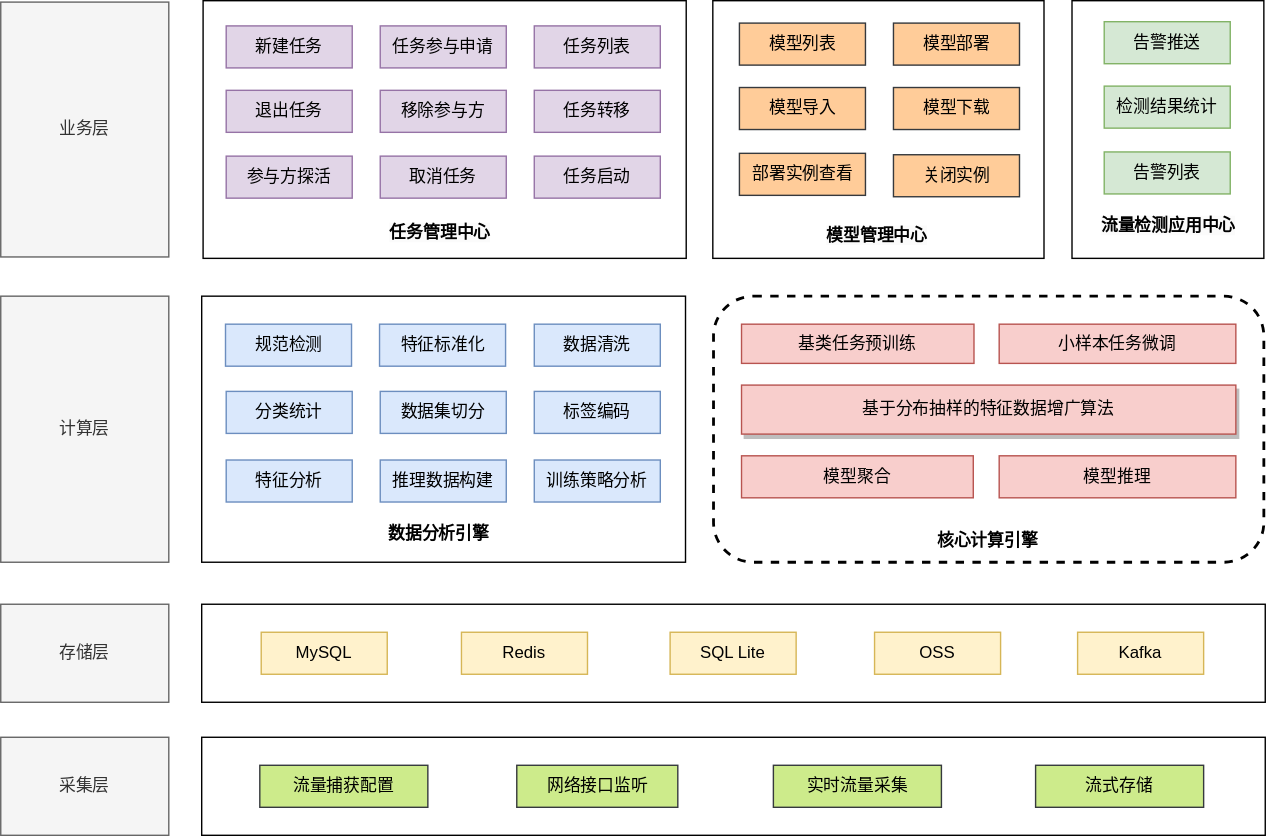
hiro942/drawio keeps this draw.io diagram as 系统架构.svg. Above is the earlier version. Source tidied: cells renumbered, new cells last; positions are measured from the earlier drawing's top-left corner, leaving out a move shared by most shapes.
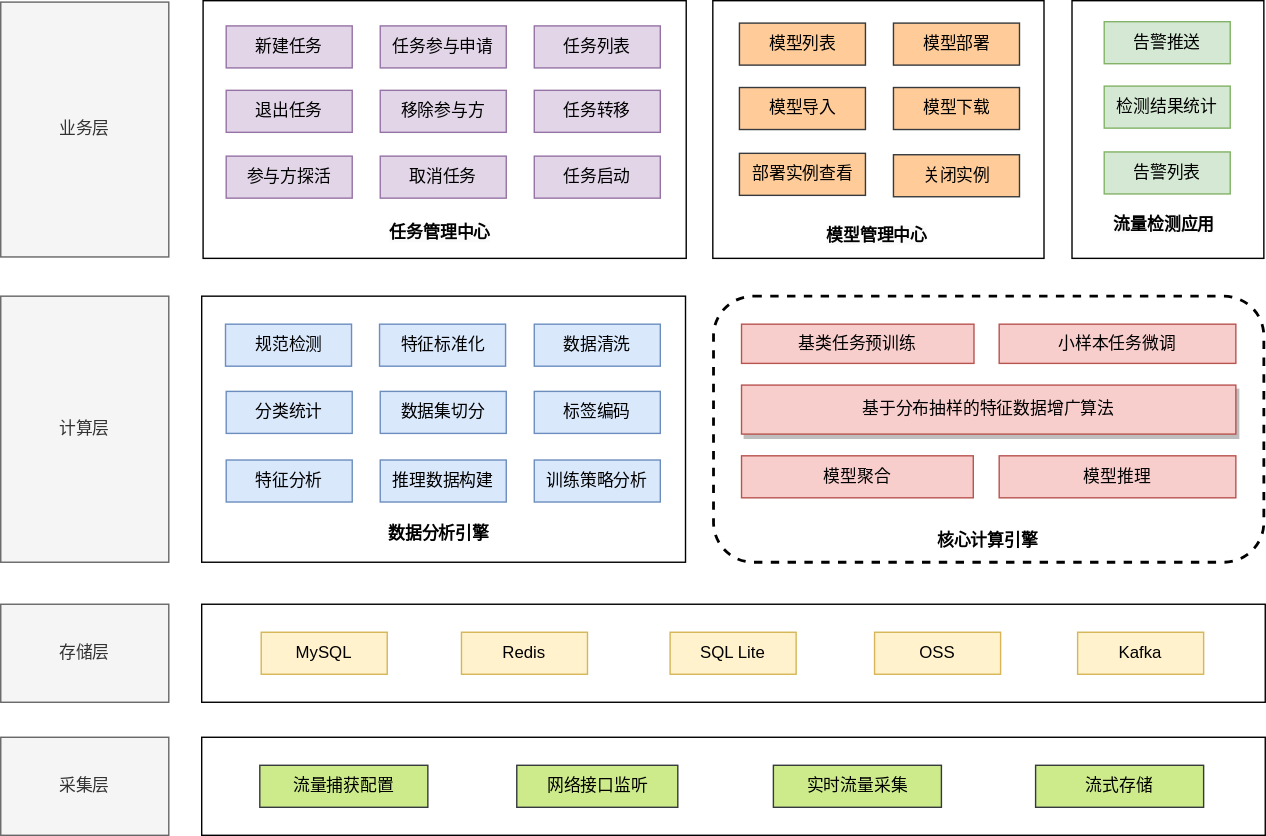
After the commit.

Commit message:
更新系统架构.svg

What changed in the source:
```diff
@@ -116,8 +116,8 @@
     <mxCell id="39" value="&lt;span style=&quot;color: rgb(0, 0, 0); font-family: Helvetica; font-size: 12px; font-style: normal; font-variant-ligatures: normal; font-variant-caps: normal; letter-spacing: normal; orphans: 2; text-align: center; text-indent: 0px; text-transform: none; widows: 2; word-spacing: 0px; -webkit-text-stroke-width: 0px; background-color: rgb(251, 251, 251); text-decoration-thickness: initial; text-decoration-style: initial; text-decoration-color: initial; float: none; display: inline !important;&quot;&gt;&lt;b&gt;模型管理中心&lt;/b&gt;&lt;/span&gt;" style="text;whiteSpace=wrap;html=1;" parent="1" vertex="1">
       <mxGeometry x="587.5" y="154" width="80" height="30" as="geometry" />
     </mxCell>
-    <mxCell id="40" value="&lt;span style=&quot;color: rgb(0, 0, 0); font-family: Helvetica; font-size: 12px; font-style: normal; font-variant-ligatures: normal; font-variant-caps: normal; letter-spacing: normal; orphans: 2; text-align: center; text-indent: 0px; text-transform: none; widows: 2; word-spacing: 0px; -webkit-text-stroke-width: 0px; background-color: rgb(251, 251, 251); text-decoration-thickness: initial; text-decoration-style: initial; text-decoration-color: initial; float: none; display: inline !important;&quot;&gt;&lt;b&gt;流量检测应用中心&lt;/b&gt;&lt;/span&gt;" style="text;whiteSpace=wrap;html=1;" parent="1" vertex="1">
-      <mxGeometry x="784" y="147" width="104" height="30" as="geometry" />
+    <mxCell id="40" value="&lt;span style=&quot;color: rgb(0, 0, 0); font-family: Helvetica; font-size: 12px; font-style: normal; font-variant-ligatures: normal; font-variant-caps: normal; letter-spacing: normal; orphans: 2; text-align: center; text-indent: 0px; text-transform: none; widows: 2; word-spacing: 0px; -webkit-text-stroke-width: 0px; background-color: rgb(251, 251, 251); text-decoration-thickness: initial; text-decoration-style: initial; text-decoration-color: initial; float: none; display: inline !important;&quot;&gt;&lt;b&gt;流量检测应用&lt;/b&gt;&lt;/span&gt;" style="text;whiteSpace=wrap;html=1;" parent="1" vertex="1">
+      <mxGeometry x="793" y="146" width="81" height="24" as="geometry" />
     </mxCell>
     <mxCell id="41" value="&lt;span style=&quot;color: rgb(0, 0, 0); font-family: Helvetica; font-size: 12px; font-style: normal; font-variant-ligatures: normal; font-variant-caps: normal; letter-spacing: normal; orphans: 2; text-align: center; text-indent: 0px; text-transform: none; widows: 2; word-spacing: 0px; -webkit-text-stroke-width: 0px; background-color: rgb(251, 251, 251); text-decoration-thickness: initial; text-decoration-style: initial; text-decoration-color: initial; float: none; display: inline !important;&quot;&gt;&lt;b&gt;任务管理中心&lt;/b&gt;&lt;/span&gt;" style="text;whiteSpace=wrap;html=1;" parent="1" vertex="1">
       <mxGeometry x="276" y="152" width="80" height="30" as="geometry" />
```
